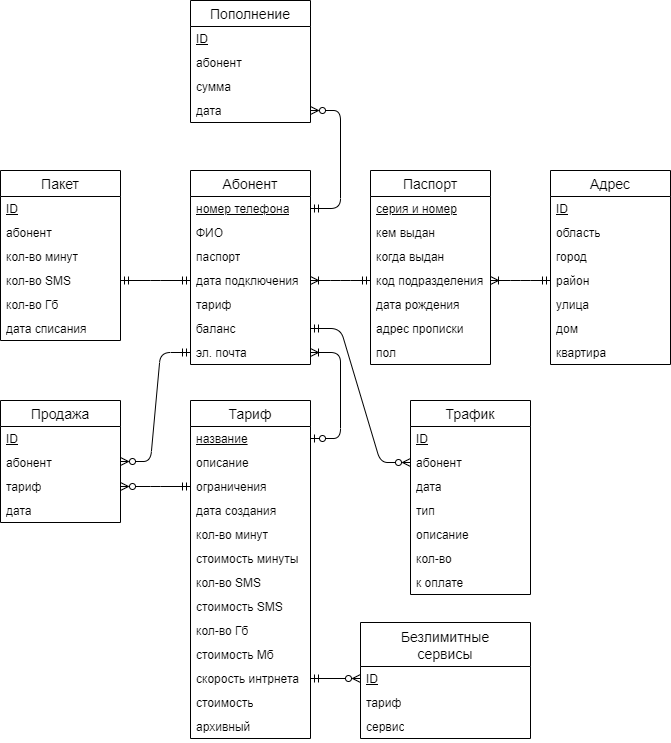
Above: infolog.drawio.png in dmittrj/MobileOperator (draw.io), before the change. Source tidied: cells renumbered, new cells last; positions are measured from the earlier drawing's top-left corner, leaving out a move shared by most shapes.
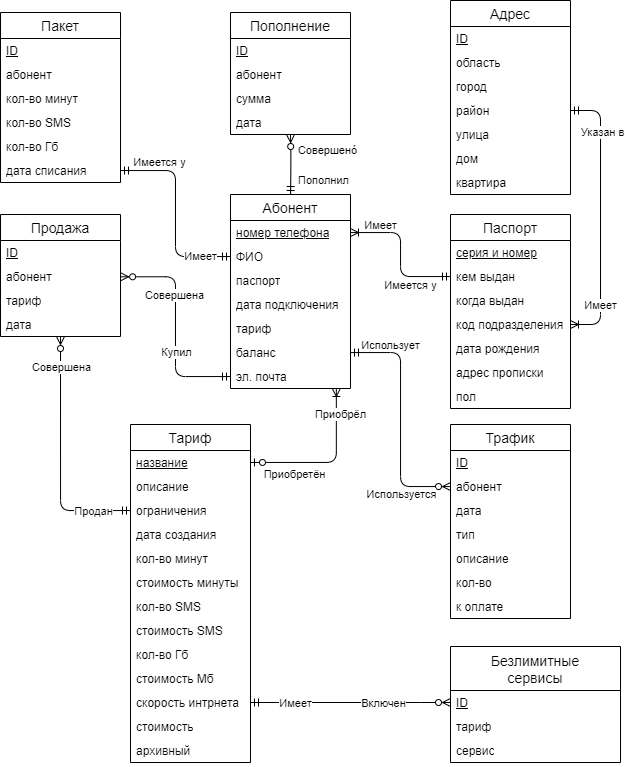
The same file after the commit.

What changed in the source:
```diff
@@ -2,9 +2,19 @@
   <root>
     <mxCell id="0" />
     <mxCell id="1" parent="0" />
-    <mxCell id="2" style="edgeStyle=entityRelationEdgeStyle;endArrow=ERmandOne;startArrow=ERoneToMany;endFill=0;startFill=0;" parent="1" edge="1" source="7" target="16">
+    <mxCell id="2" style="edgeStyle=orthogonalEdgeStyle;endArrow=ERmandOne;startArrow=ERoneToMany;endFill=0;startFill=0;rounded=1;" parent="1" edge="1" source="4" target="14">
       <mxGeometry relative="1" as="geometry" />
     </mxCell>
+    <mxCell id="78" value="Имеет" style="edgeLabel;html=1;align=center;verticalAlign=middle;" parent="2" vertex="1">
+      <mxGeometry x="-0.63" y="1" relative="1" as="geometry">
+        <mxPoint x="3" y="-7" as="offset" />
+      </mxGeometry>
+    </mxCell>
+    <mxCell id="79" value="Имеется у" style="edgeLabel;html=1;align=center;verticalAlign=middle;" parent="2" vertex="1">
+      <mxGeometry x="0.32" y="2" relative="1" as="geometry">
+        <mxPoint x="8" y="10" as="offset" />
+      </mxGeometry>
+    </mxCell>
     <mxCell id="3" value="Абонент" style="swimlane;fontStyle=0;horizontal=1;startSize=26;align=center;fontSize=14;labelBackgroundColor=default;" parent="1" vertex="1">
       <mxGeometry x="190" y="170" width="120" height="194" as="geometry" />
     </mxCell>
@@ -32,8 +42,14 @@
     <mxCell id="11" style="edgeStyle=entityRelationEdgeStyle;rounded=1;jettySize=auto;html=1;startArrow=ERoneToMany;startFill=0;endArrow=ERmandOne;endFill=0;" parent="1" edge="1" source="16" target="24">
       <mxGeometry relative="1" as="geometry" />
     </mxCell>
+    <mxCell id="80" value="Имеет" style="edgeLabel;html=1;align=center;verticalAlign=middle;" parent="11" vertex="1">
+      <mxGeometry x="-0.64" y="1" relative="1" as="geometry" />
+    </mxCell>
+    <mxCell id="81" value="Указан в" style="edgeLabel;html=1;align=center;verticalAlign=middle;" parent="11" vertex="1">
+      <mxGeometry x="0.62" y="-1" relative="1" as="geometry" />
+    </mxCell>
     <mxCell id="12" value="Паспорт" style="swimlane;fontStyle=0;horizontal=1;startSize=26;align=center;fontSize=14;labelBackgroundColor=default;" parent="1" vertex="1">
-      <mxGeometry x="370" y="170" width="120" height="194" as="geometry" />
+      <mxGeometry x="410" y="190" width="120" height="194" as="geometry" />
     </mxCell>
     <mxCell id="13" value="&lt;u&gt;серия и номер&lt;/u&gt;" style="text;strokeColor=none;fillColor=none;spacingLeft=4;spacingTop=-1;spacingBottom=-1;spacingRight=4;overflow=hidden;fontSize=12;whiteSpace=wrap;html=1;" parent="12" vertex="1">
       <mxGeometry y="26" width="120" height="24" as="geometry" />
@@ -57,7 +73,7 @@
       <mxGeometry y="170" width="120" height="24" as="geometry" />
     </mxCell>
     <mxCell id="20" value="Адрес" style="swimlane;fontStyle=0;horizontal=1;startSize=26;align=center;fontSize=14;labelBackgroundColor=default;" parent="1" vertex="1">
-      <mxGeometry x="550" y="170" width="120" height="194" as="geometry" />
+      <mxGeometry x="410" y="-24" width="120" height="194" as="geometry" />
     </mxCell>
     <mxCell id="21" value="&lt;u&gt;ID&lt;/u&gt;" style="text;strokeColor=none;fillColor=none;spacingLeft=4;spacingTop=-1;spacingBottom=-1;spacingRight=4;overflow=hidden;fontSize=12;whiteSpace=wrap;html=1;" parent="20" vertex="1">
       <mxGeometry y="26" width="120" height="24" as="geometry" />
@@ -81,7 +97,7 @@
       <mxGeometry y="170" width="120" height="24" as="geometry" />
     </mxCell>
     <mxCell id="28" value="Пополнение" style="swimlane;fontStyle=0;horizontal=1;startSize=26;align=center;fontSize=14;labelBackgroundColor=default;" parent="1" vertex="1">
-      <mxGeometry x="190" width="120" height="122" as="geometry" />
+      <mxGeometry x="190" y="-12" width="120" height="122" as="geometry" />
     </mxCell>
     <mxCell id="29" value="&lt;u&gt;ID&lt;/u&gt;" style="text;strokeColor=none;fillColor=none;spacingLeft=4;spacingTop=-1;spacingBottom=-1;spacingRight=4;overflow=hidden;fontSize=12;whiteSpace=wrap;html=1;" parent="28" vertex="1">
       <mxGeometry y="26" width="120" height="24" as="geometry" />
@@ -95,11 +111,23 @@
     <mxCell id="32" value="дата" style="text;strokeColor=none;fillColor=none;spacingLeft=4;spacingTop=-1;spacingBottom=-1;spacingRight=4;overflow=hidden;points=[[0,.5],[1,0.5]];portConstraint=eastwest;fontSize=12;whiteSpace=wrap;html=1;" parent="28" vertex="1">
       <mxGeometry y="98" width="120" height="24" as="geometry" />
     </mxCell>
-    <mxCell id="33" style="edgeStyle=entityRelationEdgeStyle;rounded=1;jettySize=auto;html=1;startArrow=ERzeroToMany;startFill=0;endArrow=ERmandOne;endFill=0;" parent="1" edge="1" source="32" target="4">
-      <mxGeometry relative="1" as="geometry" />
+    <mxCell id="33" style="edgeStyle=orthogonalEdgeStyle;rounded=1;jettySize=auto;html=1;startArrow=ERzeroToMany;startFill=0;endArrow=ERmandOne;endFill=0;curved=1;entryX=0.5;entryY=0;entryDx=0;entryDy=0;" parent="1" edge="1" target="3">
+      <mxGeometry relative="1" as="geometry">
+        <mxPoint x="250" y="110" as="sourcePoint" />
+      </mxGeometry>
     </mxCell>
+    <mxCell id="82" value="Пополнил" style="edgeLabel;html=1;align=center;verticalAlign=middle;" parent="33" vertex="1">
+      <mxGeometry x="-0.41" y="1" relative="1" as="geometry">
+        <mxPoint x="31" y="28" as="offset" />
+      </mxGeometry>
+    </mxCell>
+    <mxCell id="83" value="Совершено́" style="edgeLabel;html=1;align=center;verticalAlign=middle;" parent="33" vertex="1">
+      <mxGeometry x="0.01" relative="1" as="geometry">
+        <mxPoint x="36" y="-15" as="offset" />
+      </mxGeometry>
+    </mxCell>
     <mxCell id="34" value="Пакет" style="swimlane;fontStyle=0;horizontal=1;startSize=26;align=center;fontSize=14;labelBackgroundColor=default;" parent="1" vertex="1">
-      <mxGeometry y="170" width="120" height="170" as="geometry" />
+      <mxGeometry x="-40" y="-12" width="120" height="170" as="geometry" />
     </mxCell>
     <mxCell id="35" value="&lt;u&gt;ID&lt;/u&gt;" style="text;strokeColor=none;fillColor=none;spacingLeft=4;spacingTop=-1;spacingBottom=-1;spacingRight=4;overflow=hidden;fontSize=12;whiteSpace=wrap;html=1;" parent="34" vertex="1">
       <mxGeometry y="26" width="120" height="24" as="geometry" />
@@ -119,11 +147,21 @@
     <mxCell id="40" value="дата списания" style="text;strokeColor=none;fillColor=none;spacingLeft=4;spacingTop=-1;spacingBottom=-1;spacingRight=4;overflow=hidden;points=[[0,.5],[1,0.5]];portConstraint=eastwest;fontSize=12;whiteSpace=wrap;html=1;" parent="34" vertex="1">
       <mxGeometry y="146" width="120" height="24" as="geometry" />
     </mxCell>
-    <mxCell id="41" style="edgeStyle=entityRelationEdgeStyle;rounded=0;jettySize=auto;html=1;startArrow=ERmandOne;startFill=0;endArrow=ERmandOne;endFill=0;" parent="1" edge="1" source="38" target="7">
+    <mxCell id="41" style="edgeStyle=orthogonalEdgeStyle;rounded=1;jettySize=auto;html=1;startArrow=ERmandOne;startFill=0;endArrow=ERmandOne;endFill=0;" parent="1" edge="1" source="40" target="5">
       <mxGeometry relative="1" as="geometry" />
     </mxCell>
+    <mxCell id="84" value="Имеет" style="edgeLabel;html=1;align=center;verticalAlign=middle;" parent="41" vertex="1">
+      <mxGeometry x="-0.04" y="1" relative="1" as="geometry">
+        <mxPoint x="23" y="47" as="offset" />
+      </mxGeometry>
+    </mxCell>
+    <mxCell id="85" value="Имеется у" style="edgeLabel;html=1;align=center;verticalAlign=middle;" parent="41" vertex="1">
+      <mxGeometry x="-0.4" y="-1" relative="1" as="geometry">
+        <mxPoint x="-16" y="-13" as="offset" />
+      </mxGeometry>
+    </mxCell>
     <mxCell id="42" value="Тариф" style="swimlane;fontStyle=0;horizontal=1;startSize=26;align=center;fontSize=14;labelBackgroundColor=default;" parent="1" vertex="1">
-      <mxGeometry x="190" y="400" width="120" height="338" as="geometry" />
+      <mxGeometry x="90" y="400" width="120" height="338" as="geometry" />
     </mxCell>
     <mxCell id="43" value="&lt;u&gt;название&lt;/u&gt;" style="text;strokeColor=none;fillColor=none;spacingLeft=4;spacingTop=-1;spacingBottom=-1;spacingRight=4;overflow=hidden;points=[[0,.5],[1,0.5]];portConstraint=eastwest;fontSize=12;whiteSpace=wrap;html=1;" parent="42" vertex="1">
       <mxGeometry y="26" width="120" height="24" as="geometry" />
@@ -164,14 +202,34 @@
     <mxCell id="55" value="архивный" style="text;strokeColor=none;fillColor=none;spacingLeft=4;spacingTop=-1;spacingBottom=-1;spacingRight=4;overflow=hidden;fontSize=12;whiteSpace=wrap;html=1;" parent="42" vertex="1">
       <mxGeometry y="314" width="120" height="24" as="geometry" />
     </mxCell>
-    <mxCell id="56" style="edgeStyle=entityRelationEdgeStyle;rounded=1;jettySize=auto;html=1;startArrow=ERoneToMany;startFill=0;endArrow=ERzeroToOne;endFill=0;" parent="1" edge="1" source="10" target="43">
+    <mxCell id="56" style="edgeStyle=orthogonalEdgeStyle;rounded=1;jettySize=auto;html=1;startArrow=ERoneToMany;startFill=0;endArrow=ERzeroToOne;endFill=0;exitX=0.882;exitY=1;exitDx=0;exitDy=0;exitPerimeter=0;" parent="1" edge="1" source="10" target="43">
       <mxGeometry relative="1" as="geometry" />
     </mxCell>
+    <mxCell id="86" value="Приобрёл" style="edgeLabel;html=1;align=center;verticalAlign=middle;" parent="56" vertex="1">
+      <mxGeometry x="-0.53" y="-1" relative="1" as="geometry">
+        <mxPoint x="5" y="-11" as="offset" />
+      </mxGeometry>
+    </mxCell>
+    <mxCell id="87" value="Приобретён" style="edgeLabel;html=1;align=center;verticalAlign=middle;" parent="56" vertex="1">
+      <mxGeometry x="0.61" relative="1" as="geometry">
+        <mxPoint x="12" y="12" as="offset" />
+      </mxGeometry>
+    </mxCell>
-    <mxCell id="57" style="edgeStyle=entityRelationEdgeStyle;rounded=1;jettySize=auto;html=1;startArrow=ERzeroToMany;startFill=0;endArrow=ERmandOne;endFill=0;" parent="1" edge="1" source="58" target="10">
+    <mxCell id="57" style="edgeStyle=orthogonalEdgeStyle;rounded=1;jettySize=auto;html=1;startArrow=ERzeroToMany;startFill=0;endArrow=ERmandOne;endFill=0;exitX=1.001;exitY=0.513;exitDx=0;exitDy=0;exitPerimeter=0;" parent="1" edge="1" source="60" target="10">
       <mxGeometry relative="1" as="geometry" />
     </mxCell>
+    <mxCell id="88" value="Купил" style="edgeLabel;html=1;align=center;verticalAlign=middle;" parent="57" vertex="1">
+      <mxGeometry x="0.3" y="1" relative="1" as="geometry">
+        <mxPoint x="-1" y="-6" as="offset" />
+      </mxGeometry>
+    </mxCell>
+    <mxCell id="89" value="Совершена" style="edgeLabel;html=1;align=center;verticalAlign=middle;" parent="57" vertex="1">
+      <mxGeometry x="-0.54" y="2" relative="1" as="geometry">
+        <mxPoint x="5" y="20" as="offset" />
+      </mxGeometry>
+    </mxCell>
     <mxCell id="58" value="Продажа" style="swimlane;fontStyle=0;horizontal=1;startSize=26;align=center;fontSize=14;labelBackgroundColor=default;" parent="1" vertex="1">
-      <mxGeometry y="400" width="120" height="122" as="geometry" />
+      <mxGeometry x="-40" y="190" width="120" height="122" as="geometry" />
     </mxCell>
     <mxCell id="59" value="&lt;u&gt;ID&lt;/u&gt;" style="text;strokeColor=none;fillColor=none;spacingLeft=4;spacingTop=-1;spacingBottom=-1;spacingRight=4;overflow=hidden;fontSize=12;whiteSpace=wrap;html=1;" parent="58" vertex="1">
       <mxGeometry y="26" width="120" height="24" as="geometry" />
@@ -185,9 +243,17 @@
     <mxCell id="62" value="дата" style="text;strokeColor=none;fillColor=none;spacingLeft=4;spacingTop=-1;spacingBottom=-1;spacingRight=4;overflow=hidden;fontSize=12;whiteSpace=wrap;html=1;" parent="58" vertex="1">
       <mxGeometry y="98" width="120" height="24" as="geometry" />
     </mxCell>
-    <mxCell id="63" style="edgeStyle=entityRelationEdgeStyle;rounded=0;jettySize=auto;html=1;startArrow=ERzeroToMany;startFill=0;endArrow=ERmandOne;endFill=0;" parent="1" edge="1" source="61" target="45">
+    <mxCell id="63" style="edgeStyle=orthogonalEdgeStyle;rounded=1;jettySize=auto;html=1;startArrow=ERzeroToMany;startFill=0;endArrow=ERmandOne;endFill=0;exitX=0.5;exitY=1;exitDx=0;exitDy=0;" parent="1" edge="1" source="58" target="45">
       <mxGeometry relative="1" as="geometry" />
     </mxCell>
+    <mxCell id="90" value="Продан" style="edgeLabel;html=1;align=center;verticalAlign=middle;" parent="63" vertex="1">
+      <mxGeometry x="-0.01" y="-1" relative="1" as="geometry">
+        <mxPoint x="33" y="53" as="offset" />
+      </mxGeometry>
+    </mxCell>
+    <mxCell id="91" value="Совершена" style="edgeLabel;html=1;align=center;verticalAlign=middle;" parent="63" vertex="1">
+      <mxGeometry x="-0.75" relative="1" as="geometry" />
+    </mxCell>
     <mxCell id="64" value="Трафик" style="swimlane;fontStyle=0;horizontal=1;startSize=26;align=center;fontSize=14;labelBackgroundColor=default;" parent="1" vertex="1">
       <mxGeometry x="410" y="400" width="120" height="194" as="geometry" />
     </mxCell>
@@ -212,11 +278,21 @@
     <mxCell id="71" value="к оплате" style="text;strokeColor=none;fillColor=none;spacingLeft=4;spacingTop=-1;spacingBottom=-1;spacingRight=4;overflow=hidden;fontSize=12;whiteSpace=wrap;html=1;" parent="64" vertex="1">
       <mxGeometry y="170" width="120" height="24" as="geometry" />
     </mxCell>
-    <mxCell id="72" style="edgeStyle=entityRelationEdgeStyle;jettySize=auto;html=1;startArrow=ERmandOne;startFill=0;endArrow=ERzeroToMany;endFill=0;jumpStyle=none;rounded=1;" parent="1" edge="1" source="9" target="66">
+    <mxCell id="72" style="edgeStyle=orthogonalEdgeStyle;jettySize=auto;html=1;startArrow=ERmandOne;startFill=0;endArrow=ERzeroToMany;endFill=0;jumpStyle=none;rounded=1;" parent="1" edge="1" source="9" target="66">
       <mxGeometry relative="1" as="geometry" />
     </mxCell>
+    <mxCell id="92" value="Использует" style="edgeLabel;html=1;align=center;verticalAlign=middle;" parent="72" vertex="1">
+      <mxGeometry x="-0.67" y="-1" relative="1" as="geometry">
+        <mxPoint x="1" y="-9" as="offset" />
+      </mxGeometry>
+    </mxCell>
+    <mxCell id="93" value="Используется" style="edgeLabel;html=1;align=center;verticalAlign=middle;" parent="72" vertex="1">
+      <mxGeometry x="0.53" y="-1" relative="1" as="geometry">
+        <mxPoint x="1" y="13" as="offset" />
+      </mxGeometry>
+    </mxCell>
     <mxCell id="73" value="Безлимитные &#10;сервисы" style="swimlane;fontStyle=0;horizontal=1;startSize=44;align=center;fontSize=14;labelBackgroundColor=default;" parent="1" vertex="1">
-      <mxGeometry x="360" y="622" width="170" height="116" as="geometry" />
+      <mxGeometry x="410" y="622" width="170" height="116" as="geometry" />
     </mxCell>
     <mxCell id="74" value="&lt;u&gt;ID&lt;/u&gt;" style="text;strokeColor=none;fillColor=none;spacingLeft=4;spacingTop=-1;spacingBottom=-1;spacingRight=4;overflow=hidden;points=[[0,.5],[1,0.5]];portConstraint=eastwest;fontSize=12;whiteSpace=wrap;html=1;" parent="73" vertex="1">
       <mxGeometry y="44" width="170" height="24" as="geometry" />
@@ -230,5 +306,15 @@
     <mxCell id="77" style="edgeStyle=entityRelationEdgeStyle;rounded=0;jettySize=auto;html=1;startArrow=ERmandOne;startFill=0;endArrow=ERzeroToMany;endFill=0;" parent="1" edge="1" source="53" target="74">
       <mxGeometry relative="1" as="geometry" />
     </mxCell>
+    <mxCell id="94" value="Включен" style="edgeLabel;html=1;align=center;verticalAlign=middle;" parent="77" vertex="1">
+      <mxGeometry x="-0.09" y="-1" relative="1" as="geometry">
+        <mxPoint x="42" y="-1" as="offset" />
+      </mxGeometry>
+    </mxCell>
+    <mxCell id="95" value="Имеет" style="edgeLabel;html=1;align=center;verticalAlign=middle;" parent="77" vertex="1">
+      <mxGeometry x="-0.72" y="1" relative="1" as="geometry">
+        <mxPoint x="16" y="1" as="offset" />
+      </mxGeometry>
+    </mxCell>
   </root>
 </mxGraphModel>
```
